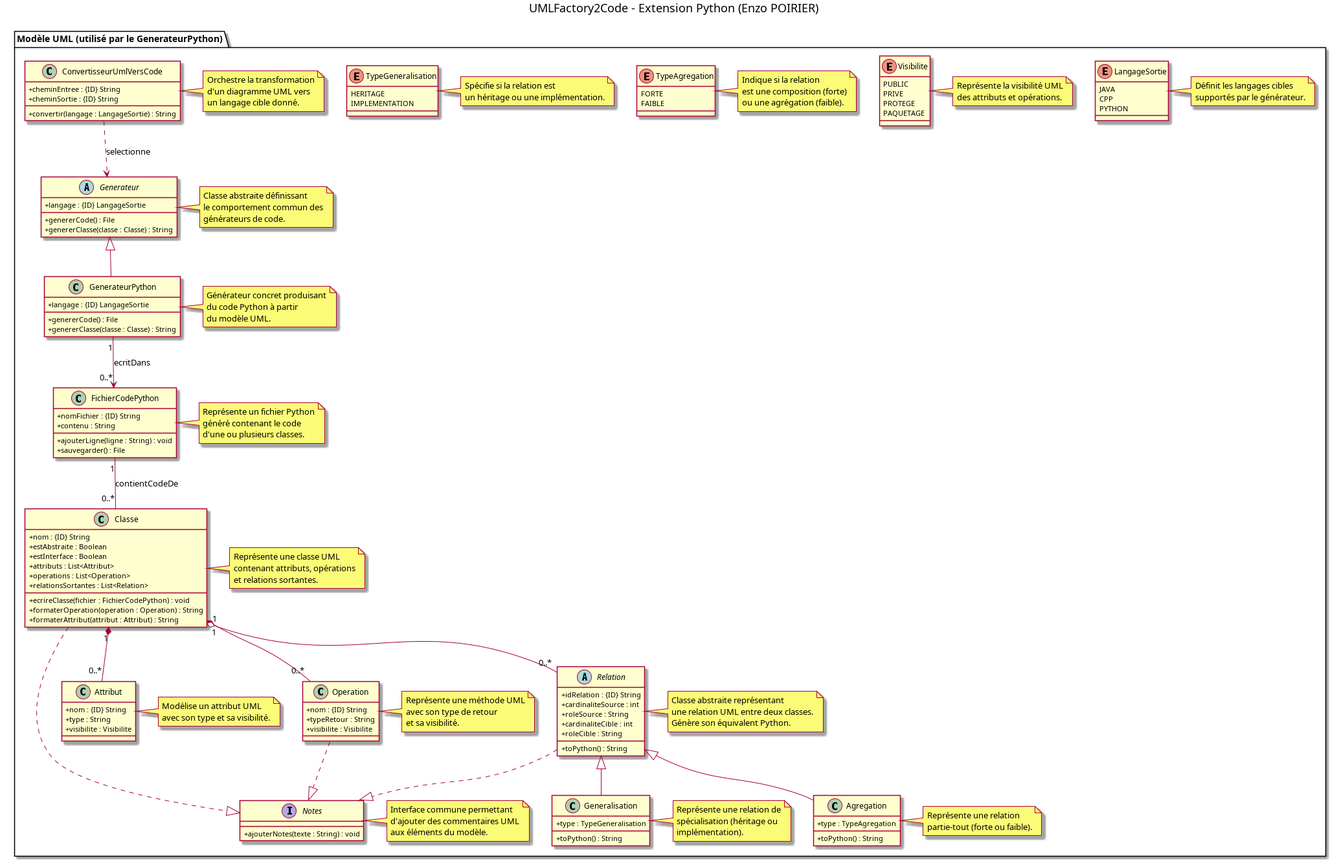
Above: doc/fichier_png/diagramme_generateur_python.png in RasdaCorentin/PlantUML2Code (PlantUML), before the change. Its source is kept beside it as doc/fichier_puml/diagramme_generateur_python.puml.
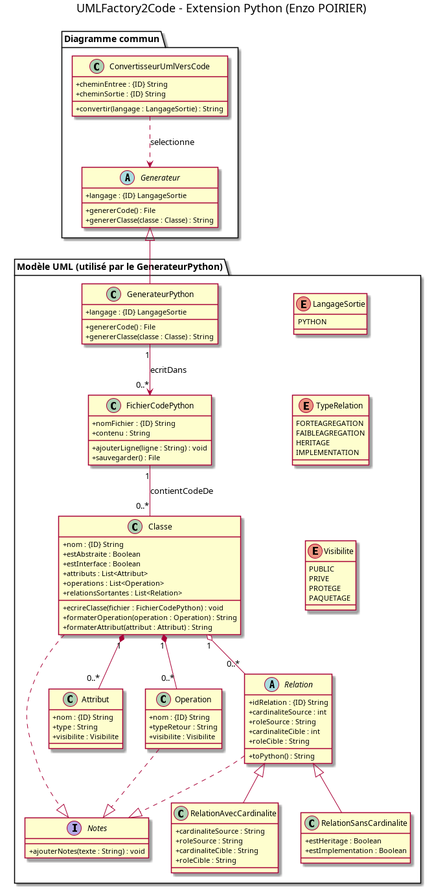
Later version of the same file.

Commit message:
Mise à jour des diagrammes + extension en format PNG

The edit, as a diff of the source:
```diff
@@ -4,18 +4,12 @@
 skinparam classAttributeIconSize 0
 top to bottom direction
 
+
 package "Modèle UML (utilisé par le GenerateurPython)" {
 
   enum LangageSortie {
-    JAVA
-    CPP
     PYTHON
   }
-
-  note right of LangageSortie
-    Définit les langages cibles
-    supportés par le générateur.
-  end note
 
   enum Visibilite {
     PUBLIC
@@ -24,41 +18,19 @@
     PAQUETAGE
   }
 
-  note right of Visibilite
-    Représente la visibilité UML
-    des attributs et opérations.
-  end note
-
-  enum TypeAgregation {
-    FORTE
-    FAIBLE
-  }
-
-  note right of TypeAgregation
-    Indique si la relation
-    est une composition (forte)
-    ou une agrégation (faible).
-  end note
-
-  enum TypeGeneralisation {
+  enum TypeRelation {
+    FORTEAGREGATION
+    FAIBLEAGREGATION
     HERITAGE
     IMPLEMENTATION
   }
 
-  note right of TypeGeneralisation
-    Spécifie si la relation est
-    un héritage ou une implémentation.
-  end note
+  LangageSortie -[hidden]down-> TypeRelation
+  TypeRelation -[hidden]down-> Visibilite
 
   interface Notes {
     +ajouterNotes(texte : String) : void
   }
-
-  note right of Notes
-    Interface commune permettant
-    d'ajouter des commentaires UML
-    aux éléments du modèle.
-  end note
 
   class Classe {
     +nom : {ID} String
@@ -72,34 +44,17 @@
     +formaterAttribut(attribut : Attribut) : String
   }
 
-  note right of Classe
-    Représente une classe UML
-    contenant attributs, opérations
-    et relations sortantes.
-  end note
-
   class Attribut {
     +nom : {ID} String
     +type : String
     +visibilite : Visibilite
   }
 
-  note right of Attribut
-    Modélise un attribut UML
-    avec son type et sa visibilité.
-  end note
-
   class Operation {
     +nom : {ID} String
     +typeRetour : String
     +visibilite : Visibilite
   }
-
-  note right of Operation
-    Représente une méthode UML
-    avec son type de retour
-    et sa visibilité.
-  end note
 
   abstract class Relation {
     +idRelation : {ID} String
@@ -110,47 +65,20 @@
     +toPython() : String
   }
 
-  note right of Relation
-    Classe abstraite représentant
-    une relation UML entre deux classes.
-    Génère son équivalent Python.
-  end note
-
-  class Generalisation {
-    +type : TypeGeneralisation
-    +toPython() : String
+  class RelationAvecCardinalite {
+    +cardinaliteSource : String
+    +roleSource : String
+    +cardinaliteCible : String
+    +roleCible : String
   }
 
-  note right of Generalisation
-    Représente une relation de
-    spécialisation (héritage ou
-    implémentation).
-  end note
-
-  class Agregation {
-    +type : TypeAgregation
-    +toPython() : String
+  class RelationSansCardinalite {
+    +estHeritage : Boolean
+    +estImplementation : Boolean
   }
 
-  note right of Agregation
-    Représente une relation
-    partie-tout (forte ou faible).
-  end note
-
-  Relation <|-- Generalisation
-  Relation <|-- Agregation
-
-  abstract class Generateur {
-    +langage : {ID} LangageSortie
-    +genererCode() : File
-    +genererClasse(classe : Classe) : String
-  }
-
-  note right of Generateur
-    Classe abstraite définissant
-    le comportement commun des
-    générateurs de code.
-  end note
+  Relation <|-- RelationAvecCardinalite
+  Relation <|-- RelationSansCardinalite
 
   class GenerateurPython {
     +langage : {ID} LangageSortie
@@ -158,36 +86,12 @@
     +genererClasse(classe : Classe) : String
   }
 
-  note right of GenerateurPython
-    Générateur concret produisant
-    du code Python à partir
-    du modèle UML.
-  end note
-
   class FichierCodePython {
     +nomFichier : {ID} String
     +contenu : String
     +ajouterLigne(ligne : String) : void
     +sauvegarder() : File
   }
-
-  note right of FichierCodePython
-    Représente un fichier Python
-    généré contenant le code
-    d'une ou plusieurs classes.
-  end note
-
-  class ConvertisseurUmlVersCode {
-    +cheminEntree : {ID} String
-    +cheminSortie : {ID} String
-    +convertir(langage : LangageSortie) : String
-  }
-
-  note right of ConvertisseurUmlVersCode
-    Orchestre la transformation
-    d'un diagramme UML vers
-    un langage cible donné.
-  end note
 
   Classe "1" *-- "0..*" Attribut
   Classe "1" *-- "0..*" Operation
@@ -197,13 +101,27 @@
   Relation ..|> Notes
   Operation ..|> Notes
 
-  Generateur <|-- GenerateurPython
-
   GenerateurPython "1" --> "0..*" FichierCodePython : ecritDans
-
   FichierCodePython "1" -- "0..*" Classe : contientCodeDe
-
-  ConvertisseurUmlVersCode ..> Generateur : selectionne
 }
 
+
+package "Diagramme commun" {
+
+  class ConvertisseurUmlVersCode {
+    +cheminEntree : {ID} String
+    +cheminSortie : {ID} String
+    +convertir(langage : LangageSortie) : String
+  }
+
+  abstract class Generateur {
+    +langage : {ID} LangageSortie
+    +genererCode() : File
+    +genererClasse(classe : Classe) : String
+  }
+}
+
+Generateur <|-- GenerateurPython
+ConvertisseurUmlVersCode ..> Generateur : selectionne
+
 @enduml
```
